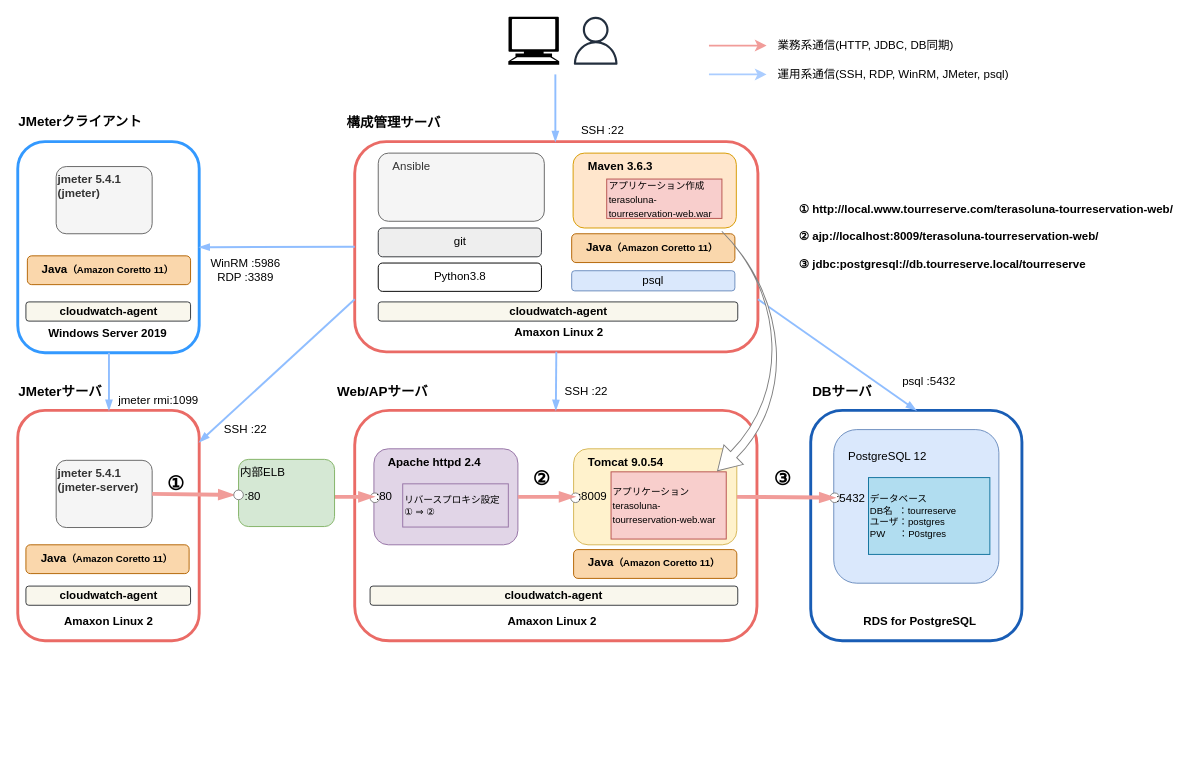
muroya2355/aws_performance_test keeps this draw.io diagram as page "ソフトウェア構成" (11 of 13) of design.drawio. Above is the earlier version. Source tidied: cells renumbered, new cells numbered last; positions are measured from the earlier drawing's top-left corner, leaving out a move shared by most shapes. Both pictures are drawn from the tidied source at 96%, with x=0, y=0 at pixel (16, 16).
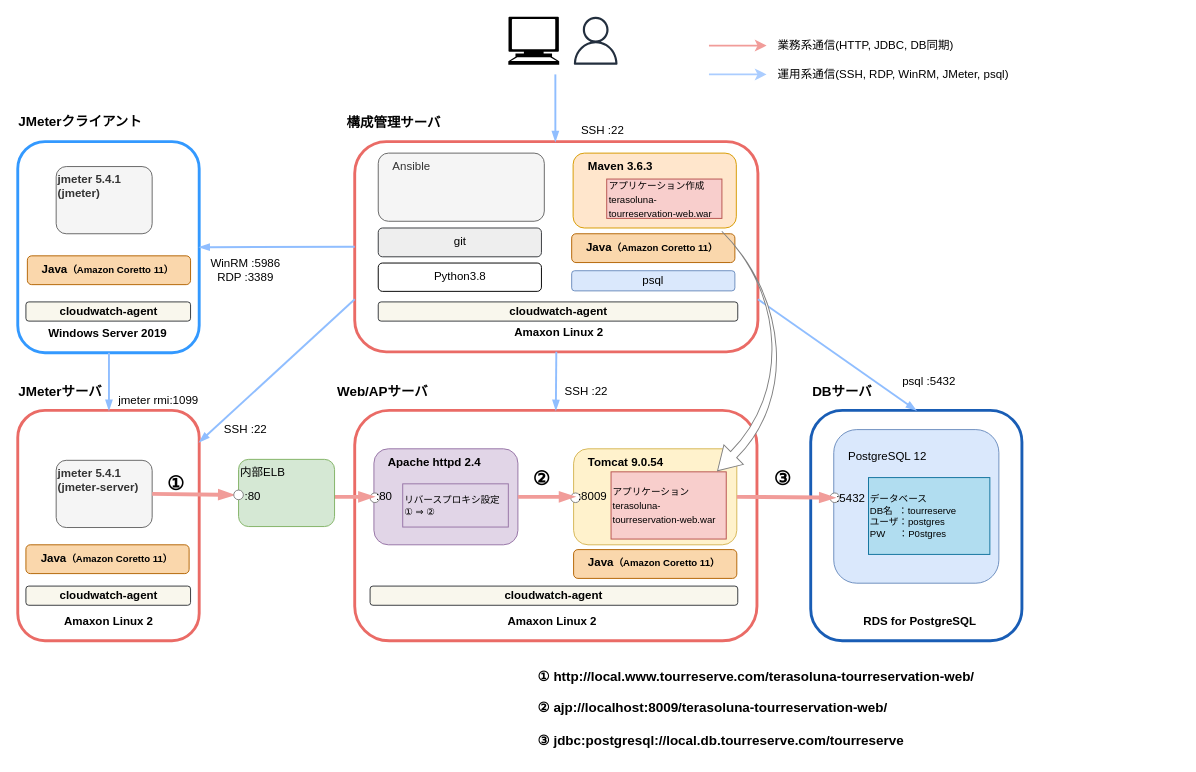
After the change.

Diff of the diagram source:
```diff
@@
-    <mxCell id="19" value="&lt;font style=&quot;font-size: 12px;&quot;&gt;①&amp;nbsp;http://local.www.tourreserve.com/terasoluna-tourreservation-web/&lt;span style=&quot;white-space: nowrap; font-size: 12px;&quot;&gt;&lt;br style=&quot;font-size: 12px;&quot;&gt;&lt;br style=&quot;font-size: 12px;&quot;&gt;② ajp://localhost:8009/&lt;/span&gt;&lt;span style=&quot;white-space: nowrap; font-size: 12px;&quot;&gt;terasoluna-tourreservation-web/&lt;br style=&quot;font-size: 12px;&quot;&gt;&lt;br style=&quot;font-size: 12px;&quot;&gt;&lt;/span&gt;&lt;span style=&quot;white-space: nowrap; font-size: 12px;&quot;&gt;③&amp;nbsp;&lt;/span&gt;&lt;span style=&quot;white-space: nowrap; font-size: 12px;&quot;&gt;jdbc:postgresql://&lt;/span&gt;db.tourreserve.local&lt;span style=&quot;white-space: nowrap; font-size: 12px;&quot;&gt;/tourreserve&lt;/span&gt;&lt;/font&gt;&lt;span style=&quot;white-space: nowrap; font-size: 12px;&quot;&gt;&lt;font style=&quot;font-size: 12px;&quot;&gt;&amp;nbsp; &amp;nbsp; &amp;nbsp;&lt;/font&gt;&lt;br style=&quot;font-size: 12px;&quot;&gt;&lt;/span&gt;" style="text;html=1;strokeColor=none;fillColor=none;align=left;verticalAlign=middle;whiteSpace=wrap;rounded=0;spacing=2;fontSize=12;fontStyle=1;" parent="1" vertex="1">
-      <mxGeometry x="813" y="179" width="398" height="100" as="geometry" />
+    <mxCell id="19" value="&lt;font style=&quot;font-size: 14px&quot;&gt;①&amp;nbsp;http://local.www.tourreserve.com/terasoluna-tourreservation-web/&lt;span style=&quot;white-space: nowrap ; font-size: 14px&quot;&gt;&lt;br style=&quot;font-size: 14px&quot;&gt;&lt;br style=&quot;font-size: 14px&quot;&gt;② ajp://localhost:8009/&lt;/span&gt;&lt;span style=&quot;white-space: nowrap ; font-size: 14px&quot;&gt;terasoluna-tourreservation-web/&lt;br style=&quot;font-size: 14px&quot;&gt;&lt;br style=&quot;font-size: 14px&quot;&gt;&lt;/span&gt;&lt;span style=&quot;white-space: nowrap ; font-size: 14px&quot;&gt;③&amp;nbsp;&lt;/span&gt;&lt;span style=&quot;white-space: nowrap ; font-size: 14px&quot;&gt;jdbc:postgresql://local.&lt;/span&gt;db.tourreserve.com&lt;span style=&quot;white-space: nowrap ; font-size: 14px&quot;&gt;/tourreserve&lt;/span&gt;&lt;/font&gt;&lt;span style=&quot;white-space: nowrap ; font-size: 14px&quot;&gt;&lt;font style=&quot;font-size: 14px&quot;&gt;&amp;nbsp; &amp;nbsp; &amp;nbsp;&lt;/font&gt;&lt;br style=&quot;font-size: 14px&quot;&gt;&lt;/span&gt;" style="text;html=1;strokeColor=none;fillColor=none;align=left;verticalAlign=middle;whiteSpace=wrap;rounded=0;spacing=2;fontSize=14;fontStyle=1;" parent="1" vertex="1">
+      <mxGeometry x="541" y="670" width="488" height="100" as="geometry" />
     </mxCell>
```
